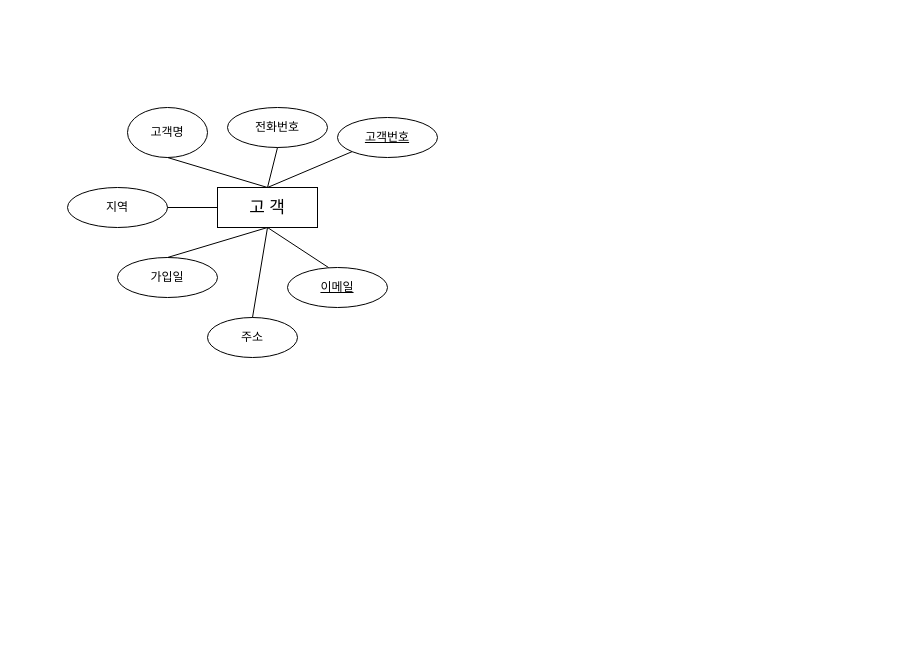
This is page "페이지-1" (1 of 2) of 제목 없는 다이어그램.drawio from hw-Shin/ai8erd, a draw.io file, before an edit. Source tidied: cells renumbered, new cells numbered last; positions are measured from the earlier drawing's top-left corner, leaving out a move shared by most shapes. Both pictures are drawn from the tidied source at 100%, with x=0, y=0 at pixel (67, 107).
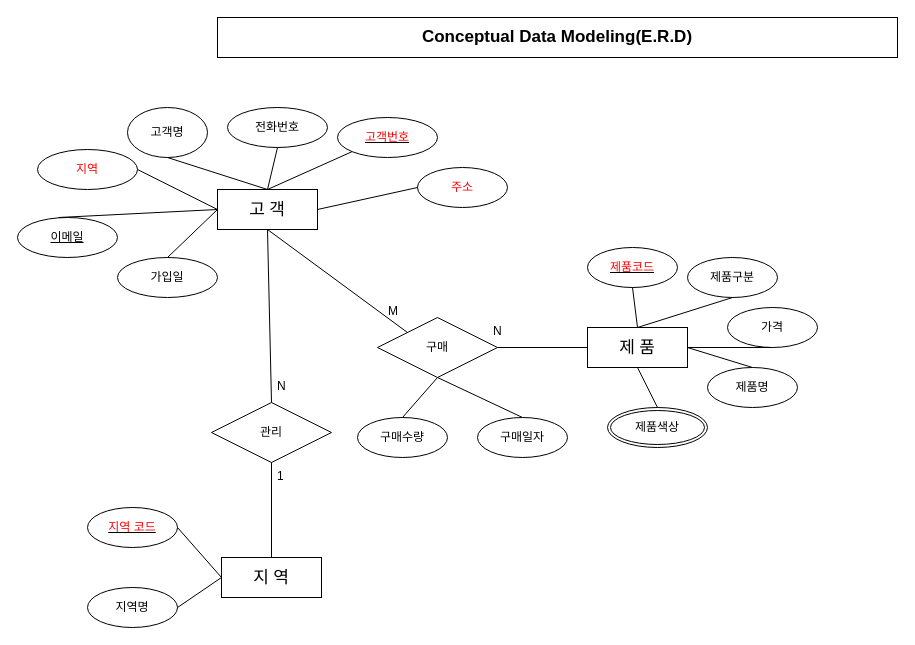
Above is the later version.

Commit message:
제목 없는 다이어그램.drawio 업데이트

The change refers to these unchanged cells:
```xml
<mxCell id="7" value="가입일" style="ellipse;whiteSpace=wrap;html=1;align=center;" parent="1" vertex="1">
  <mxGeometry x="50" y="150" width="100" height="40" as="geometry" />
</mxCell>
```

What changed in the source:
```diff
@@
     <mxCell id="2" value="고 객" style="whiteSpace=wrap;html=1;align=center;fontSize=17;fontFamily=Tahoma;" parent="1" vertex="1">
-      <mxGeometry x="150" y="80" width="100" height="40" as="geometry" />
+      <mxGeometry x="150" y="82" width="100" height="40" as="geometry" />
     </mxCell>
@@
-    <mxCell id="6" value="주소" style="ellipse;whiteSpace=wrap;html=1;align=center;" parent="1" vertex="1">
-      <mxGeometry x="140" y="210" width="90" height="40" as="geometry" />
+    <mxCell id="6" value="&lt;font color=&quot;#ff0000&quot;&gt;주소&lt;/font&gt;" style="ellipse;whiteSpace=wrap;html=1;align=center;" parent="1" vertex="1">
+      <mxGeometry x="350" y="60" width="90" height="40" as="geometry" />
     </mxCell>
@@
-    <mxCell id="9" style="endArrow=none;html=1;rounded=0;entryX=0.5;entryY=0;entryDx=0;entryDy=0;exitX=0.5;exitY=1;exitDx=0;exitDy=0;" parent="1" edge="1" source="2" target="6">
+    <mxCell id="9" style="endArrow=none;html=1;rounded=0;entryX=0;entryY=0.5;entryDx=0;entryDy=0;exitX=1;exitY=0.5;exitDx=0;exitDy=0;" parent="1" edge="1" source="2" target="6">
       <mxGeometry relative="1" as="geometry" />
     </mxCell>
-    <mxCell id="10" style="endArrow=none;html=1;rounded=0;exitX=0.5;exitY=0;exitDx=0;exitDy=0;entryX=0.5;entryY=1;entryDx=0;entryDy=0;" parent="1" edge="1" source="7" target="2">
+    <mxCell id="10" style="endArrow=none;html=1;rounded=0;exitX=0.5;exitY=0;exitDx=0;exitDy=0;entryX=0;entryY=0.5;entryDx=0;entryDy=0;" parent="1" edge="1" source="7" target="2">
       <mxGeometry relative="1" as="geometry" />
     </mxCell>
     <mxCell id="11" value="이메일" style="ellipse;whiteSpace=wrap;html=1;align=center;fontStyle=4;" parent="1" vertex="1">
-      <mxGeometry x="220" y="160" width="100" height="40" as="geometry" />
+      <mxGeometry x="-50" y="110" width="100" height="40" as="geometry" />
     </mxCell>
-    <mxCell id="12" style="endArrow=none;html=1;rounded=0;entryX=0.41;entryY=0;entryDx=0;entryDy=0;entryPerimeter=0;exitX=0.5;exitY=1;exitDx=0;exitDy=0;" parent="1" edge="1" source="2" target="11">
+    <mxCell id="12" style="endArrow=none;html=1;rounded=0;entryX=0.41;entryY=0;entryDx=0;entryDy=0;entryPerimeter=0;exitX=0;exitY=0.5;exitDx=0;exitDy=0;" parent="1" edge="1" source="2" target="11">
       <mxGeometry relative="1" as="geometry" />
     </mxCell>
-    <mxCell id="13" value="지역" style="ellipse;whiteSpace=wrap;html=1;align=center;" parent="1" vertex="1">
-      <mxGeometry y="80" width="100" height="40" as="geometry" />
+    <mxCell id="13" value="&lt;font color=&quot;#ff0000&quot;&gt;지역&lt;/font&gt;" style="ellipse;whiteSpace=wrap;html=1;align=center;" parent="1" vertex="1">
+      <mxGeometry x="-30" y="42" width="100" height="40" as="geometry" />
     </mxCell>
@@
-    <mxCell id="15" value="고객번호" style="ellipse;whiteSpace=wrap;html=1;align=center;fontStyle=4;" parent="1" vertex="1">
+    <mxCell id="15" value="&lt;font color=&quot;#ff0000&quot;&gt;고객번호&lt;/font&gt;" style="ellipse;whiteSpace=wrap;html=1;align=center;fontStyle=4;" parent="1" vertex="1">
       <mxGeometry x="270" y="10" width="100" height="40" as="geometry" />
     </mxCell>
@@
+    <mxCell id="17" value="지 역" style="whiteSpace=wrap;html=1;align=center;fontSize=17;fontFamily=Tahoma;" parent="1" vertex="1">
+      <mxGeometry x="154" y="450" width="100" height="40" as="geometry" />
+    </mxCell>
+    <mxCell id="18" value="지역명" style="ellipse;whiteSpace=wrap;html=1;align=center;" parent="1" vertex="1">
+      <mxGeometry x="20" y="480" width="90" height="40" as="geometry" />
+    </mxCell>
+    <mxCell id="19" value="&lt;u&gt;&lt;font color=&quot;#ff0000&quot;&gt;지역 코드&lt;/font&gt;&lt;/u&gt;" style="ellipse;whiteSpace=wrap;html=1;align=center;" parent="1" vertex="1">
+      <mxGeometry x="20" y="400" width="90" height="40" as="geometry" />
+    </mxCell>
+    <mxCell id="20" style="endArrow=none;html=1;rounded=0;exitX=1;exitY=0.5;exitDx=0;exitDy=0;entryX=0;entryY=0.5;entryDx=0;entryDy=0;" parent="1" edge="1" target="17">
+      <mxGeometry relative="1" as="geometry">
+        <mxPoint x="110" y="420" as="sourcePoint" />
+      </mxGeometry>
+    </mxCell>
+    <mxCell id="21" style="endArrow=none;html=1;rounded=0;exitX=1;exitY=0.5;exitDx=0;exitDy=0;entryX=0;entryY=0.5;entryDx=0;entryDy=0;" parent="1" edge="1" source="18" target="17">
+      <mxGeometry relative="1" as="geometry" />
+    </mxCell>
+    <mxCell id="22" value="제 품" style="whiteSpace=wrap;html=1;align=center;fontSize=17;fontFamily=Tahoma;" parent="1" vertex="1">
+      <mxGeometry x="520" y="220" width="100" height="40" as="geometry" />
+    </mxCell>
+    <mxCell id="23" value="&lt;u&gt;&lt;font color=&quot;#ff0000&quot;&gt;제품코드&lt;/font&gt;&lt;/u&gt;" style="ellipse;whiteSpace=wrap;html=1;align=center;" parent="1" vertex="1">
+      <mxGeometry x="520" y="140" width="90" height="40" as="geometry" />
+    </mxCell>
+    <mxCell id="24" value="제품명" style="ellipse;whiteSpace=wrap;html=1;align=center;" parent="1" vertex="1">
+      <mxGeometry x="640" y="260" width="90" height="40" as="geometry" />
+    </mxCell>
+    <mxCell id="25" value="제품구분" style="ellipse;whiteSpace=wrap;html=1;align=center;" parent="1" vertex="1">
+      <mxGeometry x="620" y="150" width="90" height="40" as="geometry" />
+    </mxCell>
+    <mxCell id="26" value="가격" style="ellipse;whiteSpace=wrap;html=1;align=center;" parent="1" vertex="1">
+      <mxGeometry x="660" y="200" width="90" height="40" as="geometry" />
+    </mxCell>
+    <mxCell id="27" value="제품색상" style="ellipse;shape=doubleEllipse;margin=3;whiteSpace=wrap;html=1;align=center;" parent="1" vertex="1">
+      <mxGeometry x="540" y="300" width="100" height="40" as="geometry" />
+    </mxCell>
+    <mxCell id="28" style="endArrow=none;html=1;rounded=0;exitX=0.5;exitY=1;exitDx=0;exitDy=0;entryX=0.5;entryY=0;entryDx=0;entryDy=0;" parent="1" edge="1" source="23" target="22">
+      <mxGeometry relative="1" as="geometry" />
+    </mxCell>
+    <mxCell id="29" style="endArrow=none;html=1;rounded=0;exitX=0.5;exitY=0;exitDx=0;exitDy=0;entryX=1;entryY=0.5;entryDx=0;entryDy=0;" parent="1" edge="1" source="24" target="22">
+      <mxGeometry relative="1" as="geometry" />
+    </mxCell>
+    <mxCell id="30" style="endArrow=none;html=1;rounded=0;entryX=0.5;entryY=1;entryDx=0;entryDy=0;exitX=0.5;exitY=0;exitDx=0;exitDy=0;" parent="1" edge="1" source="27" target="22">
+      <mxGeometry relative="1" as="geometry" />
+    </mxCell>
+    <mxCell id="31" style="endArrow=none;html=1;rounded=0;entryX=0.5;entryY=1;entryDx=0;entryDy=0;exitX=1;exitY=0.5;exitDx=0;exitDy=0;" parent="1" edge="1" source="22" target="26">
+      <mxGeometry relative="1" as="geometry" />
+    </mxCell>
+    <mxCell id="32" style="endArrow=none;html=1;rounded=0;entryX=0.5;entryY=1;entryDx=0;entryDy=0;exitX=0.5;exitY=0;exitDx=0;exitDy=0;" parent="1" edge="1" source="22" target="25">
+      <mxGeometry relative="1" as="geometry" />
+    </mxCell>
+    <mxCell id="33" value="관리" style="shape=rhombus;perimeter=rhombusPerimeter;whiteSpace=wrap;html=1;align=center;" parent="1" vertex="1">
+      <mxGeometry x="144" y="295" width="120" height="60" as="geometry" />
+    </mxCell>
+    <mxCell id="34" style="endArrow=none;html=1;rounded=0;entryX=0.5;entryY=1;entryDx=0;entryDy=0;exitX=0.5;exitY=0;exitDx=0;exitDy=0;" parent="1" edge="1" source="33" target="2">
+      <mxGeometry relative="1" as="geometry" />
+    </mxCell>
+    <mxCell id="35" style="endArrow=none;html=1;rounded=0;entryX=0.5;entryY=1;entryDx=0;entryDy=0;exitX=0.5;exitY=0;exitDx=0;exitDy=0;" parent="1" edge="1" source="17" target="33">
+      <mxGeometry relative="1" as="geometry" />
+    </mxCell>
+    <mxCell id="36" value="구매" style="shape=rhombus;perimeter=rhombusPerimeter;whiteSpace=wrap;html=1;align=center;" parent="1" vertex="1">
+      <mxGeometry x="310" y="210" width="120" height="60" as="geometry" />
+    </mxCell>
+    <mxCell id="37" style="endArrow=none;html=1;rounded=0;exitX=0.5;exitY=1;exitDx=0;exitDy=0;entryX=0;entryY=0;entryDx=0;entryDy=0;" parent="1" edge="1" source="2" target="36">
+      <mxGeometry relative="1" as="geometry" />
+    </mxCell>
+    <mxCell id="38" style="endArrow=none;html=1;rounded=0;exitX=1;exitY=0.5;exitDx=0;exitDy=0;entryX=0;entryY=0.5;entryDx=0;entryDy=0;" parent="1" edge="1" source="36" target="22">
+      <mxGeometry relative="1" as="geometry" />
+    </mxCell>
+    <mxCell id="39" value="구매수량" style="ellipse;whiteSpace=wrap;html=1;align=center;" parent="1" vertex="1">
+      <mxGeometry x="290" y="310" width="90" height="40" as="geometry" />
+    </mxCell>
+    <mxCell id="40" value="구매일자" style="ellipse;whiteSpace=wrap;html=1;align=center;" parent="1" vertex="1">
+      <mxGeometry x="410" y="310" width="90" height="40" as="geometry" />
+    </mxCell>
+    <mxCell id="41" style="endArrow=none;html=1;rounded=0;exitX=0.5;exitY=0;exitDx=0;exitDy=0;entryX=0.5;entryY=1;entryDx=0;entryDy=0;" parent="1" edge="1" source="39" target="36">
+      <mxGeometry relative="1" as="geometry" />
+    </mxCell>
+    <mxCell id="42" style="endArrow=none;html=1;rounded=0;exitX=0.5;exitY=0;exitDx=0;exitDy=0;entryX=0.5;entryY=1;entryDx=0;entryDy=0;" parent="1" edge="1" source="40" target="36">
+      <mxGeometry relative="1" as="geometry" />
+    </mxCell>
+    <mxCell id="43" value="&lt;font style=&quot;font-size: 17px;&quot;&gt;&lt;b&gt;Conceptual Data Modeling(E.R.D)&lt;/b&gt;&lt;/font&gt;" style="whiteSpace=wrap;html=1;align=center;" parent="1" vertex="1">
+      <mxGeometry x="150" y="-90" width="680" height="40" as="geometry" />
+    </mxCell>
+    <mxCell id="44" value="1" style="text;strokeColor=none;fillColor=none;spacingLeft=4;spacingRight=4;overflow=hidden;fontSize=12;whiteSpace=wrap;html=1;" parent="1" vertex="1">
+      <mxGeometry x="204" y="355" width="40" height="30" as="geometry" />
+    </mxCell>
+    <mxCell id="45" value="N" style="text;strokeColor=none;fillColor=none;spacingLeft=4;spacingRight=4;overflow=hidden;fontSize=12;whiteSpace=wrap;html=1;" parent="1" vertex="1">
+      <mxGeometry x="204" y="265" width="40" height="30" as="geometry" />
+    </mxCell>
+    <mxCell id="46" value="M" style="text;strokeColor=none;fillColor=none;spacingLeft=4;spacingRight=4;overflow=hidden;fontSize=12;whiteSpace=wrap;html=1;" parent="1" vertex="1">
+      <mxGeometry x="315" y="190" width="40" height="30" as="geometry" />
+    </mxCell>
+    <mxCell id="47" value="N" style="text;strokeColor=none;fillColor=none;spacingLeft=4;spacingRight=4;overflow=hidden;fontSize=12;whiteSpace=wrap;html=1;" parent="1" vertex="1">
+      <mxGeometry x="420" y="210" width="40" height="30" as="geometry" />
+    </mxCell>
```
